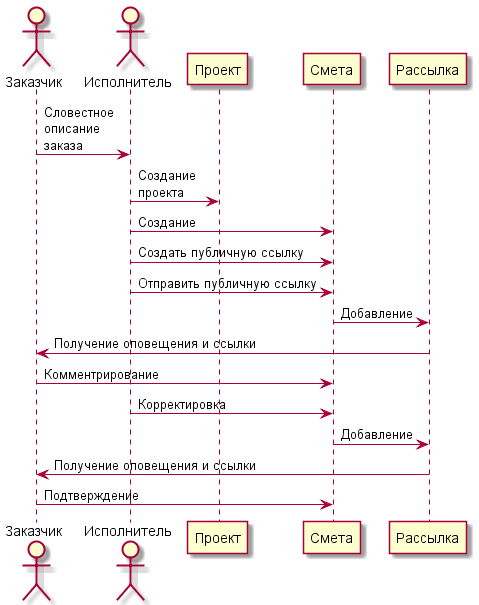
Earlier version of the PlantUML export 6/uml/SequenceOnline.png (mrr000/gb_module2). The source it was exported from:
```plantuml
@startuml SequenceOnline

actor       Заказчик as customer
actor       Исполнитель as master

customer->master: Словестное\nописание\nзаказа
master->Проект: Создание\nпроекта
master->Смета: Создание
master->Смета: Создать публичную ссылку
master->Смета: Отправить публичную ссылку
Смета->Рассылка: Добавление
Рассылка->customer: Получение оповещения и ссылки
customer->Смета: Комментрирование
master->Смета: Корректировка
Смета->Рассылка: Добавление
Рассылка->customer: Получение оповещения и ссылки
customer->Смета: Подтверждение

@enduml
```
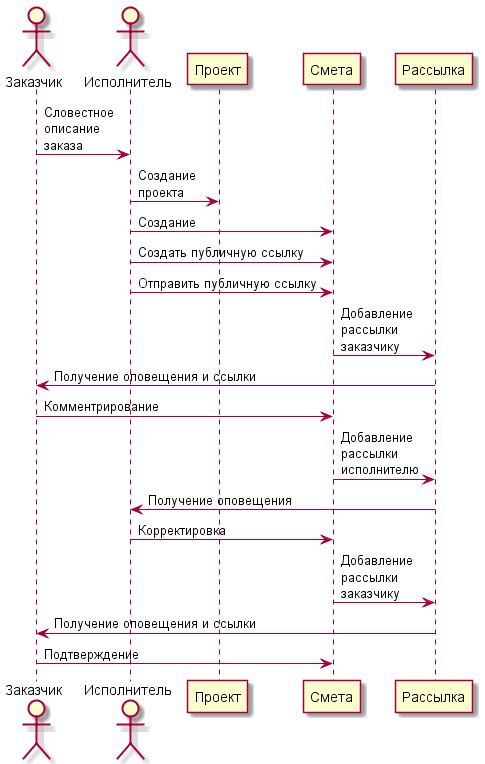
Later version of the same file.

Commit message:
update sequence diagram

The edit, as a diff of the source:
```diff
@@ -8,11 +8,13 @@
 master->Смета: Создание
 master->Смета: Создать публичную ссылку
 master->Смета: Отправить публичную ссылку
-Смета->Рассылка: Добавление
+Смета->Рассылка: Добавление \nрассылки\nзаказчику
 Рассылка->customer: Получение оповещения и ссылки
 customer->Смета: Комментрирование
+Смета->Рассылка: Добавление \nрассылки\nисполнителю
+Рассылка->master: Получение оповещения
 master->Смета: Корректировка
-Смета->Рассылка: Добавление
+Смета->Рассылка: Добавление \nрассылки\nзаказчику
 Рассылка->customer: Получение оповещения и ссылки
 customer->Смета: Подтверждение
 
```
